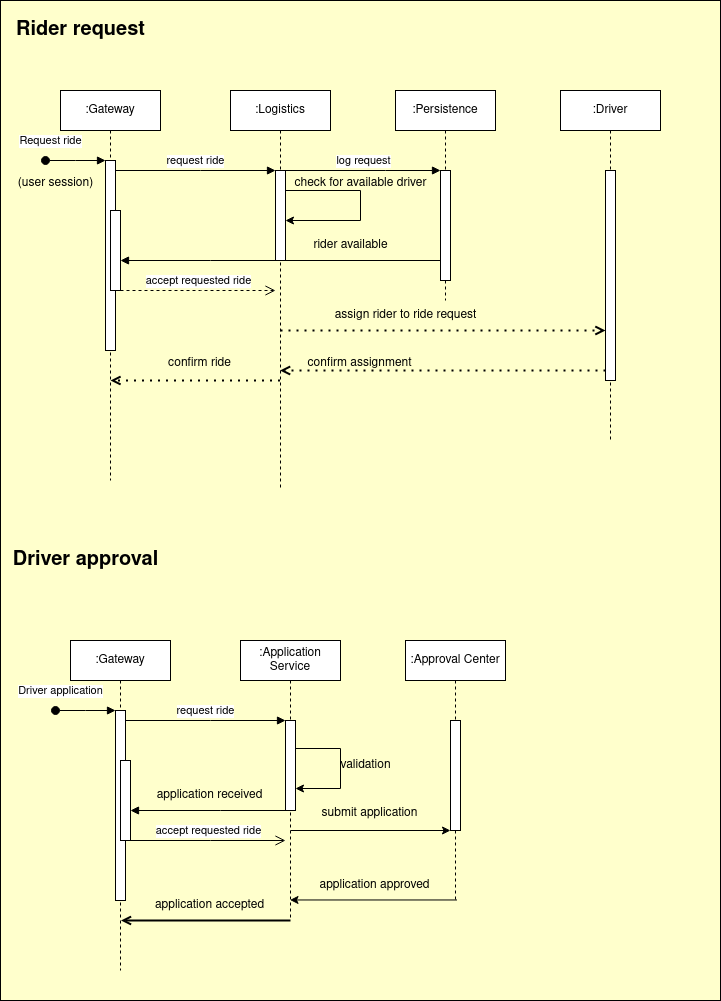
skyler544/SWARC-Arc42 keeps this draw.io diagram as materials/runtime.drawio.png. Above is the earlier version. Source tidied: cells renumbered, new cells last; positions are measured from the earlier drawing's top-left corner, leaving out a move shared by most shapes. Source of this version:
```xml
<mxGraphModel>
  <root>
    <mxCell id="0" />
    <mxCell id="1" parent="0" />
    <mxCell id="2" style="rounded=0;whiteSpace=wrap;html=1;fillColor=#FFFFCC;" parent="1" vertex="1">
      <mxGeometry width="720" height="1000" as="geometry" />
    </mxCell>
    <mxCell id="3" value=":Gateway" style="shape=umlLifeline;perimeter=lifelinePerimeter;whiteSpace=wrap;html=1;newEdgeStyle={&quot;edgeStyle&quot;:&quot;elbowEdgeStyle&quot;,&quot;elbow&quot;:&quot;vertical&quot;,&quot;curved&quot;:0,&quot;rounded&quot;:0};" parent="1" vertex="1">
      <mxGeometry x="60" y="90" width="100" height="390" as="geometry" />
    </mxCell>
    <mxCell id="4" style="html=1;points=[];perimeter=orthogonalPerimeter;outlineConnect=0;targetShapes=umlLifeline;portConstraint=eastwest;newEdgeStyle={&quot;edgeStyle&quot;:&quot;elbowEdgeStyle&quot;,&quot;elbow&quot;:&quot;vertical&quot;,&quot;curved&quot;:0,&quot;rounded&quot;:0};" parent="3" vertex="1">
      <mxGeometry x="45" y="70" width="10" height="190" as="geometry" />
    </mxCell>
    <mxCell id="5" value="&lt;div&gt;Request ride&lt;/div&gt;" style="html=1;verticalAlign=bottom;startArrow=oval;endArrow=block;startSize=8;edgeStyle=elbowEdgeStyle;elbow=vertical;curved=0;rounded=0;" parent="3" edge="1" target="4">
      <mxGeometry x="-0.84" y="10" relative="1" as="geometry">
        <mxPoint x="-15" y="70" as="sourcePoint" />
      </mxGeometry>
    </mxCell>
    <mxCell id="6" style="html=1;perimeter=orthogonalPerimeter;targetShapes=umlLifeline;newEdgeStyle={&quot;edgeStyle&quot;:&quot;elbowEdgeStyle&quot;,&quot;elbow&quot;:&quot;vertical&quot;,&quot;curved&quot;:0,&quot;rounded&quot;:0};" parent="3" vertex="1">
      <mxGeometry x="50" y="120" width="10" height="80" as="geometry" />
    </mxCell>
    <mxCell id="7" value=":Logistics" style="shape=umlLifeline;perimeter=lifelinePerimeter;whiteSpace=wrap;html=1;outlineConnect=0;portConstraint=eastwest;newEdgeStyle={&quot;edgeStyle&quot;:&quot;elbowEdgeStyle&quot;,&quot;elbow&quot;:&quot;vertical&quot;,&quot;curved&quot;:0,&quot;rounded&quot;:0};" parent="1" vertex="1">
      <mxGeometry x="230" y="90" width="100" height="400" as="geometry" />
    </mxCell>
    <mxCell id="8" style="html=1;points=[];perimeter=orthogonalPerimeter;outlineConnect=0;targetShapes=umlLifeline;portConstraint=eastwest;newEdgeStyle={&quot;edgeStyle&quot;:&quot;elbowEdgeStyle&quot;,&quot;elbow&quot;:&quot;vertical&quot;,&quot;curved&quot;:0,&quot;rounded&quot;:0};" parent="7" vertex="1">
      <mxGeometry x="45" y="80" width="10" height="90" as="geometry" />
    </mxCell>
    <mxCell id="9" style="endArrow=classic;html=1;rounded=0;edgeStyle=orthogonalEdgeStyle;" parent="7" edge="1" source="8" target="8">
      <mxGeometry relative="1" as="geometry">
        <Array as="points">
          <mxPoint x="130" y="100" />
          <mxPoint x="130" y="130" />
        </Array>
      </mxGeometry>
    </mxCell>
    <mxCell id="10" value="request ride" style="html=1;verticalAlign=bottom;endArrow=block;edgeStyle=elbowEdgeStyle;elbow=vertical;curved=0;rounded=0;" parent="1" edge="1" source="4" target="8">
      <mxGeometry relative="1" as="geometry">
        <Array as="points">
          <mxPoint x="200" y="170" />
        </Array>
      </mxGeometry>
    </mxCell>
    <mxCell id="11" style="html=1;verticalAlign=bottom;endArrow=block;edgeStyle=elbowEdgeStyle;elbow=vertical;curved=0;rounded=0;" parent="1" edge="1">
      <mxGeometry relative="1" as="geometry">
        <mxPoint x="440" y="260" as="sourcePoint" />
        <mxPoint x="120" y="260" as="targetPoint" />
        <Array as="points">
          <mxPoint x="210" y="260" />
        </Array>
      </mxGeometry>
    </mxCell>
    <mxCell id="12" value="accept requested ride" style="html=1;verticalAlign=bottom;endArrow=open;dashed=1;endSize=8;edgeStyle=elbowEdgeStyle;elbow=vertical;curved=0;rounded=0;" parent="1" edge="1">
      <mxGeometry relative="1" as="geometry">
        <mxPoint x="120" y="290" as="sourcePoint" />
        <mxPoint x="275" y="290" as="targetPoint" />
        <Array as="points">
          <mxPoint x="200" y="290" />
        </Array>
      </mxGeometry>
    </mxCell>
    <mxCell id="13" value=":Persistence" style="shape=umlLifeline;perimeter=lifelinePerimeter;whiteSpace=wrap;html=1;newEdgeStyle={&quot;edgeStyle&quot;:&quot;elbowEdgeStyle&quot;,&quot;elbow&quot;:&quot;vertical&quot;,&quot;curved&quot;:0,&quot;rounded&quot;:0};" parent="1" vertex="1">
      <mxGeometry x="395" y="90" width="100" height="210" as="geometry" />
    </mxCell>
    <mxCell id="14" style="html=1;perimeter=orthogonalPerimeter;targetShapes=umlLifeline;newEdgeStyle={&quot;edgeStyle&quot;:&quot;elbowEdgeStyle&quot;,&quot;elbow&quot;:&quot;vertical&quot;,&quot;curved&quot;:0,&quot;rounded&quot;:0};" parent="13" vertex="1">
      <mxGeometry x="45" y="80" width="10" height="110" as="geometry" />
    </mxCell>
    <mxCell id="15" value=":Driver" style="shape=umlLifeline;perimeter=lifelinePerimeter;whiteSpace=wrap;html=1;newEdgeStyle={&quot;edgeStyle&quot;:&quot;elbowEdgeStyle&quot;,&quot;elbow&quot;:&quot;vertical&quot;,&quot;curved&quot;:0,&quot;rounded&quot;:0};" parent="1" vertex="1">
      <mxGeometry x="560" y="90" width="100" height="350" as="geometry" />
    </mxCell>
    <mxCell id="16" style="html=1;points=[];perimeter=orthogonalPerimeter;outlineConnect=0;targetShapes=umlLifeline;portConstraint=eastwest;newEdgeStyle={&quot;edgeStyle&quot;:&quot;elbowEdgeStyle&quot;,&quot;elbow&quot;:&quot;vertical&quot;,&quot;curved&quot;:0,&quot;rounded&quot;:0};" parent="15" vertex="1">
      <mxGeometry x="45" y="80" width="10" height="210" as="geometry" />
    </mxCell>
    <mxCell id="17" value="(user session)" style="text;html=1;align=center;verticalAlign=middle;strokeColor=none;fillColor=none;" parent="1" vertex="1">
      <mxGeometry x="10" y="168" width="90" height="30" as="geometry" />
    </mxCell>
    <mxCell id="18" value="log request" style="html=1;verticalAlign=bottom;endArrow=block;edgeStyle=elbowEdgeStyle;elbow=vertical;curved=0;rounded=0;" parent="1" edge="1">
      <mxGeometry relative="1" as="geometry">
        <mxPoint x="285" y="170" as="sourcePoint" />
        <mxPoint x="440" y="170" as="targetPoint" />
        <Array as="points">
          <mxPoint x="385" y="170" />
        </Array>
      </mxGeometry>
    </mxCell>
    <mxCell id="19" value="check for available driver" style="text;html=1;align=center;verticalAlign=middle;strokeColor=none;fillColor=none;" parent="1" vertex="1">
      <mxGeometry x="290" y="168" width="140" height="30" as="geometry" />
    </mxCell>
    <mxCell id="20" value="rider available" style="text;html=1;align=center;verticalAlign=middle;strokeColor=none;fillColor=none;" parent="1" vertex="1">
      <mxGeometry x="305" y="230" width="90" height="30" as="geometry" />
    </mxCell>
    <mxCell id="21" style="endArrow=open;dashed=1;html=1;dashPattern=1 3;strokeWidth=2;rounded=0;endFill=0;" parent="1" edge="1" target="16">
      <mxGeometry relative="1" as="geometry">
        <mxPoint x="280" y="330" as="sourcePoint" />
      </mxGeometry>
    </mxCell>
    <mxCell id="22" value="assign rider to ride request" style="text;html=1;align=center;verticalAlign=middle;strokeColor=none;fillColor=none;" parent="1" vertex="1">
      <mxGeometry x="330" y="300" width="150" height="30" as="geometry" />
    </mxCell>
    <mxCell id="23" style="endArrow=open;dashed=1;html=1;dashPattern=1 3;strokeWidth=2;rounded=0;endFill=0;" parent="1" edge="1" target="7">
      <mxGeometry relative="1" as="geometry">
        <mxPoint x="605" y="370" as="sourcePoint" />
        <Array as="points">
          <mxPoint x="460" y="370" />
        </Array>
      </mxGeometry>
    </mxCell>
    <mxCell id="24" style="endArrow=open;dashed=1;html=1;dashPattern=1 3;strokeWidth=2;rounded=0;endFill=0;" parent="1" edge="1">
      <mxGeometry relative="1" as="geometry">
        <mxPoint x="279.5" y="380" as="sourcePoint" />
        <mxPoint x="109.9" y="380" as="targetPoint" />
      </mxGeometry>
    </mxCell>
    <mxCell id="25" value="confirm assignment" style="text;html=1;align=center;verticalAlign=middle;strokeColor=none;fillColor=none;" parent="1" vertex="1">
      <mxGeometry x="299" y="348" width="120" height="30" as="geometry" />
    </mxCell>
    <mxCell id="26" value="confirm ride" style="text;html=1;align=center;verticalAlign=middle;strokeColor=none;fillColor=none;" parent="1" vertex="1">
      <mxGeometry x="159" y="348" width="80" height="30" as="geometry" />
    </mxCell>
    <mxCell id="27" value=":Gateway" style="shape=umlLifeline;perimeter=lifelinePerimeter;whiteSpace=wrap;html=1;newEdgeStyle={&quot;edgeStyle&quot;:&quot;elbowEdgeStyle&quot;,&quot;elbow&quot;:&quot;vertical&quot;,&quot;curved&quot;:0,&quot;rounded&quot;:0};" parent="1" vertex="1">
      <mxGeometry x="70" y="640" width="100" height="330" as="geometry" />
    </mxCell>
    <mxCell id="28" style="html=1;points=[];perimeter=orthogonalPerimeter;outlineConnect=0;targetShapes=umlLifeline;portConstraint=eastwest;newEdgeStyle={&quot;edgeStyle&quot;:&quot;elbowEdgeStyle&quot;,&quot;elbow&quot;:&quot;vertical&quot;,&quot;curved&quot;:0,&quot;rounded&quot;:0};" parent="27" vertex="1">
      <mxGeometry x="45" y="70" width="10" height="190" as="geometry" />
    </mxCell>
    <mxCell id="29" value="&lt;div&gt;Driver application&lt;br&gt;&lt;/div&gt;" style="html=1;verticalAlign=bottom;startArrow=oval;endArrow=block;startSize=8;edgeStyle=elbowEdgeStyle;elbow=vertical;curved=0;rounded=0;" parent="27" edge="1" target="28">
      <mxGeometry x="-0.84" y="10" relative="1" as="geometry">
        <mxPoint x="-15" y="70" as="sourcePoint" />
      </mxGeometry>
    </mxCell>
    <mxCell id="30" style="html=1;perimeter=orthogonalPerimeter;targetShapes=umlLifeline;newEdgeStyle={&quot;edgeStyle&quot;:&quot;elbowEdgeStyle&quot;,&quot;elbow&quot;:&quot;vertical&quot;,&quot;curved&quot;:0,&quot;rounded&quot;:0};" parent="27" vertex="1">
      <mxGeometry x="50" y="120" width="10" height="80" as="geometry" />
    </mxCell>
    <mxCell id="31" value=":Application Service" style="shape=umlLifeline;perimeter=lifelinePerimeter;whiteSpace=wrap;html=1;outlineConnect=0;portConstraint=eastwest;newEdgeStyle={&quot;edgeStyle&quot;:&quot;elbowEdgeStyle&quot;,&quot;elbow&quot;:&quot;vertical&quot;,&quot;curved&quot;:0,&quot;rounded&quot;:0};" parent="1" vertex="1">
      <mxGeometry x="240" y="640" width="100" height="280" as="geometry" />
    </mxCell>
    <mxCell id="32" style="html=1;points=[];perimeter=orthogonalPerimeter;outlineConnect=0;targetShapes=umlLifeline;portConstraint=eastwest;newEdgeStyle={&quot;edgeStyle&quot;:&quot;elbowEdgeStyle&quot;,&quot;elbow&quot;:&quot;vertical&quot;,&quot;curved&quot;:0,&quot;rounded&quot;:0};" parent="31" vertex="1">
      <mxGeometry x="45" y="80" width="10" height="90" as="geometry" />
    </mxCell>
    <mxCell id="33" value="request ride" style="html=1;verticalAlign=bottom;endArrow=block;edgeStyle=elbowEdgeStyle;elbow=vertical;curved=0;rounded=0;" parent="1" edge="1" source="28" target="32">
      <mxGeometry relative="1" as="geometry">
        <Array as="points">
          <mxPoint x="210" y="720" />
        </Array>
      </mxGeometry>
    </mxCell>
    <mxCell id="34" style="html=1;verticalAlign=bottom;endArrow=block;edgeStyle=elbowEdgeStyle;elbow=vertical;curved=0;rounded=0;" parent="1" edge="1" source="32">
      <mxGeometry relative="1" as="geometry">
        <mxPoint x="130" y="810" as="targetPoint" />
        <Array as="points">
          <mxPoint x="220" y="810" />
        </Array>
      </mxGeometry>
    </mxCell>
    <mxCell id="35" value="accept requested ride" style="html=1;verticalAlign=bottom;endArrow=open;endSize=8;edgeStyle=elbowEdgeStyle;elbow=vertical;curved=0;rounded=0;" parent="1" edge="1">
      <mxGeometry relative="1" as="geometry">
        <mxPoint x="130" y="840" as="sourcePoint" />
        <mxPoint x="285" y="840" as="targetPoint" />
        <Array as="points">
          <mxPoint x="210" y="840" />
        </Array>
      </mxGeometry>
    </mxCell>
    <mxCell id="36" value=":Approval Center" style="shape=umlLifeline;perimeter=lifelinePerimeter;whiteSpace=wrap;html=1;outlineConnect=0;portConstraint=eastwest;newEdgeStyle={&quot;edgeStyle&quot;:&quot;elbowEdgeStyle&quot;,&quot;elbow&quot;:&quot;vertical&quot;,&quot;curved&quot;:0,&quot;rounded&quot;:0};" parent="1" vertex="1">
      <mxGeometry x="405" y="640" width="100" height="260" as="geometry" />
    </mxCell>
    <mxCell id="37" style="html=1;perimeter=orthogonalPerimeter;targetShapes=umlLifeline;newEdgeStyle={&quot;edgeStyle&quot;:&quot;elbowEdgeStyle&quot;,&quot;elbow&quot;:&quot;vertical&quot;,&quot;curved&quot;:0,&quot;rounded&quot;:0};" parent="36" vertex="1">
      <mxGeometry x="45" y="80" width="10" height="110" as="geometry" />
    </mxCell>
    <mxCell id="38" value="validation" style="text;html=1;align=center;verticalAlign=middle;strokeColor=none;fillColor=none;" parent="1" vertex="1">
      <mxGeometry x="330" y="750" width="70" height="30" as="geometry" />
    </mxCell>
    <mxCell id="39" value="application received" style="text;html=1;align=center;verticalAlign=middle;strokeColor=none;fillColor=none;" parent="1" vertex="1">
      <mxGeometry x="149" y="780" width="120" height="30" as="geometry" />
    </mxCell>
    <mxCell id="40" style="endArrow=open;html=1;strokeWidth=2;rounded=0;endFill=0;" parent="1" edge="1">
      <mxGeometry relative="1" as="geometry">
        <mxPoint x="290" y="920" as="sourcePoint" />
        <mxPoint x="120.4" y="920" as="targetPoint" />
      </mxGeometry>
    </mxCell>
    <mxCell id="41" value="application accepted" style="text;html=1;align=center;verticalAlign=middle;strokeColor=none;fillColor=none;" parent="1" vertex="1">
      <mxGeometry x="149" y="890" width="120" height="30" as="geometry" />
    </mxCell>
    <mxCell id="42" value="&lt;font size=&quot;1&quot;&gt;&lt;b&gt;&lt;font style=&quot;font-size: 20px;&quot;&gt;Driver approval&lt;/font&gt;&lt;/b&gt;&lt;/font&gt;" style="text;html=1;align=center;verticalAlign=middle;strokeColor=none;fillColor=none;" parent="1" vertex="1">
      <mxGeometry x="10" y="540" width="150" height="40" as="geometry" />
    </mxCell>
    <mxCell id="43" value="&lt;b&gt;&lt;font style=&quot;font-size: 20px;&quot;&gt;Rider request&lt;/font&gt;&lt;/b&gt;" style="text;html=1;align=center;verticalAlign=middle;strokeColor=none;fillColor=none;" parent="1" vertex="1">
      <mxGeometry x="10" y="10" width="140" height="40" as="geometry" />
    </mxCell>
    <mxCell id="44" style="endArrow=classic;html=1;rounded=0;edgeStyle=orthogonalEdgeStyle;" parent="1" edge="1">
      <mxGeometry relative="1" as="geometry">
        <mxPoint x="295" y="748" as="sourcePoint" />
        <mxPoint x="295" y="788" as="targetPoint" />
        <Array as="points">
          <mxPoint x="340" y="748" />
          <mxPoint x="340" y="788" />
        </Array>
      </mxGeometry>
    </mxCell>
    <mxCell id="45" style="edgeStyle=none;orthogonalLoop=1;jettySize=auto;html=1;rounded=0;" parent="1" edge="1">
      <mxGeometry relative="1" as="geometry">
        <mxPoint x="290" y="830" as="sourcePoint" />
        <mxPoint x="450" y="830" as="targetPoint" />
      </mxGeometry>
    </mxCell>
    <mxCell id="46" value="submit application" style="text;html=1;align=center;verticalAlign=middle;strokeColor=none;fillColor=none;" parent="1" vertex="1">
      <mxGeometry x="314" y="798" width="110" height="30" as="geometry" />
    </mxCell>
    <mxCell id="47" style="edgeStyle=none;jettySize=auto;html=1;rounded=0;exitX=0.515;exitY=0.998;exitDx=0;exitDy=0;exitPerimeter=0;" parent="1" edge="1" source="36" target="31">
      <mxGeometry relative="1" as="geometry" />
    </mxCell>
    <mxCell id="48" value="application approved" style="text;html=1;align=center;verticalAlign=middle;strokeColor=none;fillColor=none;" parent="1" vertex="1">
      <mxGeometry x="314" y="870" width="120" height="30" as="geometry" />
    </mxCell>
  </root>
</mxGraphModel>
```
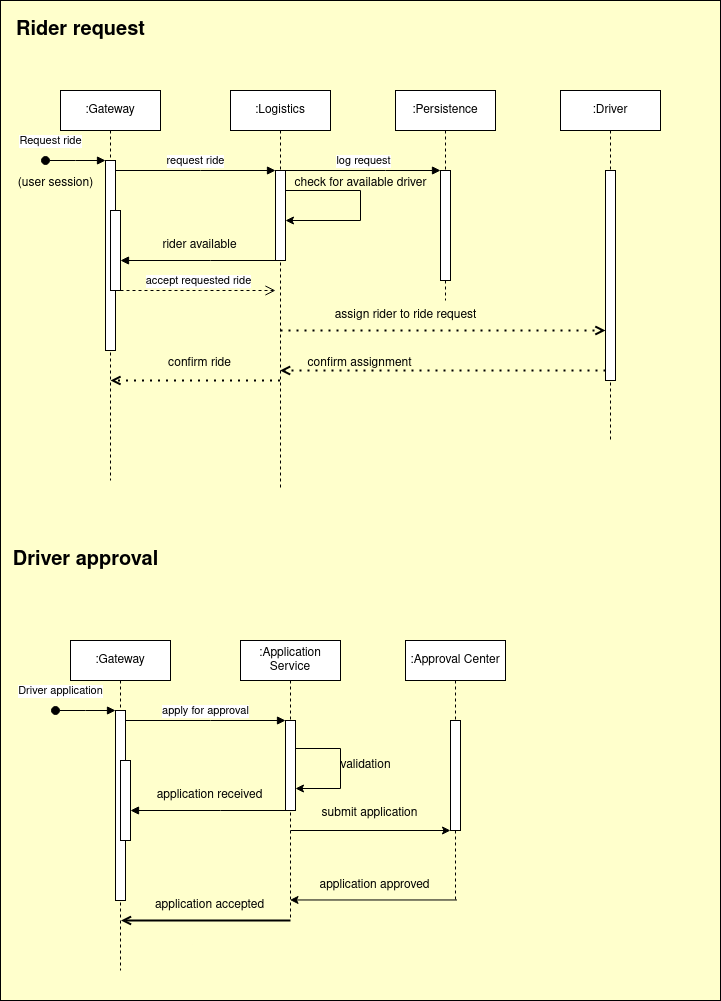
Above is the later version.

The edit, as a diff of the source:
```diff
@@ -40,9 +40,8 @@
         </Array>
       </mxGeometry>
     </mxCell>
-    <mxCell id="11" style="html=1;verticalAlign=bottom;endArrow=block;edgeStyle=elbowEdgeStyle;elbow=vertical;curved=0;rounded=0;" parent="1" edge="1">
+    <mxCell id="11" style="html=1;verticalAlign=bottom;endArrow=block;edgeStyle=elbowEdgeStyle;elbow=vertical;curved=0;rounded=0;" parent="1" edge="1" source="8">
       <mxGeometry relative="1" as="geometry">
-        <mxPoint x="440" y="260" as="sourcePoint" />
         <mxPoint x="120" y="260" as="targetPoint" />
         <Array as="points">
           <mxPoint x="210" y="260" />
@@ -86,7 +85,7 @@
       <mxGeometry x="290" y="168" width="140" height="30" as="geometry" />
     </mxCell>
     <mxCell id="20" value="rider available" style="text;html=1;align=center;verticalAlign=middle;strokeColor=none;fillColor=none;" parent="1" vertex="1">
-      <mxGeometry x="305" y="230" width="90" height="30" as="geometry" />
+      <mxGeometry x="154" y="230" width="90" height="30" as="geometry" />
     </mxCell>
     <mxCell id="21" style="endArrow=open;dashed=1;html=1;dashPattern=1 3;strokeWidth=2;rounded=0;endFill=0;" parent="1" edge="1" target="16">
       <mxGeometry relative="1" as="geometry">
@@ -136,7 +135,7 @@
     <mxCell id="32" style="html=1;points=[];perimeter=orthogonalPerimeter;outlineConnect=0;targetShapes=umlLifeline;portConstraint=eastwest;newEdgeStyle={&quot;edgeStyle&quot;:&quot;elbowEdgeStyle&quot;,&quot;elbow&quot;:&quot;vertical&quot;,&quot;curved&quot;:0,&quot;rounded&quot;:0};" parent="31" vertex="1">
       <mxGeometry x="45" y="80" width="10" height="90" as="geometry" />
     </mxCell>
-    <mxCell id="33" value="request ride" style="html=1;verticalAlign=bottom;endArrow=block;edgeStyle=elbowEdgeStyle;elbow=vertical;curved=0;rounded=0;" parent="1" edge="1" source="28" target="32">
+    <mxCell id="33" value="apply for approval" style="html=1;verticalAlign=bottom;endArrow=block;edgeStyle=elbowEdgeStyle;elbow=vertical;curved=0;rounded=0;" parent="1" edge="1" source="28" target="32">
       <mxGeometry relative="1" as="geometry">
         <Array as="points">
           <mxPoint x="210" y="720" />
@@ -151,15 +150,6 @@
         </Array>
       </mxGeometry>
     </mxCell>
-    <mxCell id="35" value="accept requested ride" style="html=1;verticalAlign=bottom;endArrow=open;endSize=8;edgeStyle=elbowEdgeStyle;elbow=vertical;curved=0;rounded=0;" parent="1" edge="1">
-      <mxGeometry relative="1" as="geometry">
-        <mxPoint x="130" y="840" as="sourcePoint" />
-        <mxPoint x="285" y="840" as="targetPoint" />
-        <Array as="points">
-          <mxPoint x="210" y="840" />
-        </Array>
-      </mxGeometry>
-    </mxCell>
     <mxCell id="36" value=":Approval Center" style="shape=umlLifeline;perimeter=lifelinePerimeter;whiteSpace=wrap;html=1;outlineConnect=0;portConstraint=eastwest;newEdgeStyle={&quot;edgeStyle&quot;:&quot;elbowEdgeStyle&quot;,&quot;elbow&quot;:&quot;vertical&quot;,&quot;curved&quot;:0,&quot;rounded&quot;:0};" parent="1" vertex="1">
       <mxGeometry x="405" y="640" width="100" height="260" as="geometry" />
     </mxCell>
```
